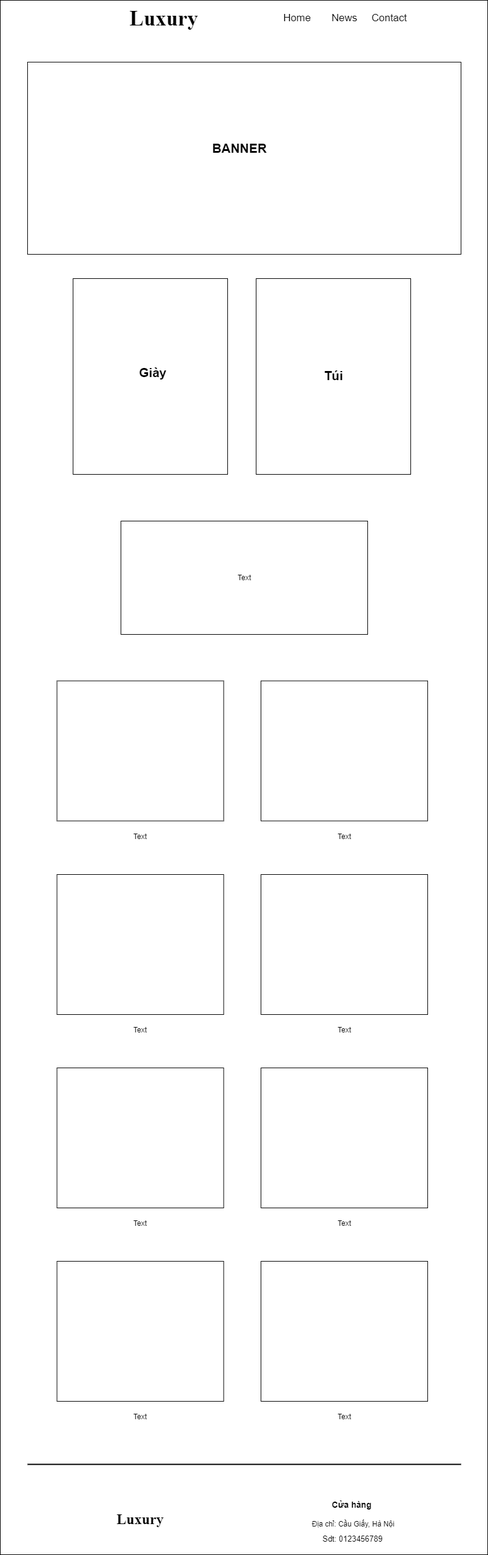
Earlier version of the draw.io export ASM/images/shop.pc.png (yenphph/web106_yenphph). Source tidied: cells renumbered, new cells last; positions are measured from the earlier drawing's top-left corner, leaving out a move shared by most shapes. The source it was exported from:
```xml
<mxGraphModel background="#ffffff">
  <root>
    <mxCell id="0" />
    <mxCell id="1" parent="0" />
    <mxCell id="2" style="rounded=0;whiteSpace=wrap;html=1;" parent="1" vertex="1">
      <mxGeometry width="804" height="2564" as="geometry" />
    </mxCell>
    <mxCell id="3" style="rounded=0;whiteSpace=wrap;html=1;" parent="1" vertex="1">
      <mxGeometry x="422" y="459" width="255" height="323" as="geometry" />
    </mxCell>
    <mxCell id="4" style="rounded=0;whiteSpace=wrap;html=1;" parent="1" vertex="1">
      <mxGeometry x="120" y="459" width="255" height="323" as="geometry" />
    </mxCell>
    <mxCell id="5" style="rounded=0;whiteSpace=wrap;html=1;" parent="1" vertex="1">
      <mxGeometry x="199" y="859" width="407" height="187" as="geometry" />
    </mxCell>
    <mxCell id="6" style="rounded=0;whiteSpace=wrap;html=1;" parent="1" vertex="1">
      <mxGeometry x="45" y="102" width="715" height="317" as="geometry" />
    </mxCell>
    <mxCell id="7" value="Luxury" style="text;html=1;strokeColor=none;fillColor=none;align=center;verticalAlign=middle;whiteSpace=wrap;rounded=0;fontSize=35;fontStyle=1;fontFamily=Times New Roman;" parent="1" vertex="1">
      <mxGeometry x="190" y="3.4" width="160" height="53.1" as="geometry" />
    </mxCell>
    <mxCell id="8" value="&lt;b&gt;&lt;font style=&quot;font-size: 21px;&quot;&gt;BANNER&lt;/font&gt;&lt;/b&gt;" style="text;html=1;strokeColor=none;fillColor=none;align=center;verticalAlign=middle;whiteSpace=wrap;rounded=0;" parent="1" vertex="1">
      <mxGeometry x="333" y="229" width="124" height="30" as="geometry" />
    </mxCell>
    <mxCell id="9" value="&lt;span style=&quot;font-size: 21px;&quot;&gt;&lt;b&gt;Túi&lt;/b&gt;&lt;/span&gt;" style="text;html=1;strokeColor=none;fillColor=none;align=center;verticalAlign=middle;whiteSpace=wrap;rounded=0;" parent="1" vertex="1">
      <mxGeometry x="488" y="604" width="124" height="30" as="geometry" />
    </mxCell>
    <mxCell id="10" value="&lt;span style=&quot;font-size: 21px;&quot;&gt;&lt;b&gt;Giày&lt;/b&gt;&lt;/span&gt;" style="text;html=1;strokeColor=none;fillColor=none;align=center;verticalAlign=middle;whiteSpace=wrap;rounded=0;" parent="1" vertex="1">
      <mxGeometry x="190" y="599" width="124" height="30" as="geometry" />
    </mxCell>
    <mxCell id="11" value="&lt;span style=&quot;font-size: 17px;&quot;&gt;&lt;span&gt;Home&lt;/span&gt;&lt;/span&gt;" style="text;html=1;strokeColor=none;fillColor=none;align=center;verticalAlign=middle;whiteSpace=wrap;rounded=0;fontStyle=0;" parent="1" vertex="1">
      <mxGeometry x="447.5" y="14.9" width="84" height="30" as="geometry" />
    </mxCell>
    <mxCell id="12" value="&lt;span&gt;&lt;font style=&quot;font-size: 17px;&quot;&gt;News&lt;/font&gt;&lt;/span&gt;" style="text;html=1;strokeColor=none;fillColor=none;align=center;verticalAlign=middle;whiteSpace=wrap;rounded=0;fontStyle=0;" parent="1" vertex="1">
      <mxGeometry x="537.5" y="14.9" width="60" height="30" as="geometry" />
    </mxCell>
    <mxCell id="13" value="&lt;span style=&quot;font-size: 17px;&quot;&gt;&lt;span&gt;Contact&lt;/span&gt;&lt;/span&gt;" style="text;html=1;strokeColor=none;fillColor=none;align=center;verticalAlign=middle;whiteSpace=wrap;rounded=0;fontStyle=0;" parent="1" vertex="1">
      <mxGeometry x="612" y="14.9" width="60" height="30" as="geometry" />
    </mxCell>
    <mxCell id="14" value="Text" style="text;html=1;strokeColor=none;fillColor=none;align=center;verticalAlign=middle;whiteSpace=wrap;rounded=0;" parent="1" vertex="1">
      <mxGeometry x="372.5" y="937.5" width="60" height="30" as="geometry" />
    </mxCell>
    <mxCell id="15" style="rounded=0;whiteSpace=wrap;html=1;" parent="1" vertex="1">
      <mxGeometry x="93.5" y="1122.6" width="275" height="231" as="geometry" />
    </mxCell>
    <mxCell id="16" value="Text" style="text;html=1;strokeColor=none;fillColor=none;align=center;verticalAlign=middle;whiteSpace=wrap;rounded=0;" parent="1" vertex="1">
      <mxGeometry x="201" y="1365" width="60" height="30" as="geometry" />
    </mxCell>
    <mxCell id="17" value="Text" style="text;html=1;strokeColor=none;fillColor=none;align=center;verticalAlign=middle;whiteSpace=wrap;rounded=0;" parent="1" vertex="1">
      <mxGeometry x="537.5" y="1365" width="60" height="30" as="geometry" />
    </mxCell>
    <mxCell id="18" style="rounded=0;whiteSpace=wrap;html=1;" parent="1" vertex="1">
      <mxGeometry x="430" y="1122.6" width="275" height="231" as="geometry" />
    </mxCell>
    <mxCell id="19" style="rounded=0;whiteSpace=wrap;html=1;" parent="1" vertex="1">
      <mxGeometry x="93.5" y="1442" width="275" height="231" as="geometry" />
    </mxCell>
    <mxCell id="20" value="Text" style="text;html=1;strokeColor=none;fillColor=none;align=center;verticalAlign=middle;whiteSpace=wrap;rounded=0;" parent="1" vertex="1">
      <mxGeometry x="201" y="1684.4" width="60" height="30" as="geometry" />
    </mxCell>
    <mxCell id="21" value="Text" style="text;html=1;strokeColor=none;fillColor=none;align=center;verticalAlign=middle;whiteSpace=wrap;rounded=0;" parent="1" vertex="1">
      <mxGeometry x="537.5" y="1684.4" width="60" height="30" as="geometry" />
    </mxCell>
    <mxCell id="22" style="rounded=0;whiteSpace=wrap;html=1;" parent="1" vertex="1">
      <mxGeometry x="430" y="1442" width="275" height="231" as="geometry" />
    </mxCell>
    <mxCell id="23" style="rounded=0;whiteSpace=wrap;html=1;" parent="1" vertex="1">
      <mxGeometry x="93.5" y="1761" width="275" height="231" as="geometry" />
    </mxCell>
    <mxCell id="24" value="Text" style="text;html=1;strokeColor=none;fillColor=none;align=center;verticalAlign=middle;whiteSpace=wrap;rounded=0;" parent="1" vertex="1">
      <mxGeometry x="201" y="2003.4" width="60" height="30" as="geometry" />
    </mxCell>
    <mxCell id="25" value="Text" style="text;html=1;strokeColor=none;fillColor=none;align=center;verticalAlign=middle;whiteSpace=wrap;rounded=0;" parent="1" vertex="1">
      <mxGeometry x="537.5" y="2003.4" width="60" height="30" as="geometry" />
    </mxCell>
    <mxCell id="26" style="rounded=0;whiteSpace=wrap;html=1;" parent="1" vertex="1">
      <mxGeometry x="430" y="1761" width="275" height="231" as="geometry" />
    </mxCell>
    <mxCell id="27" style="rounded=0;whiteSpace=wrap;html=1;" parent="1" vertex="1">
      <mxGeometry x="93.5" y="2080" width="275" height="231" as="geometry" />
    </mxCell>
    <mxCell id="28" value="Text" style="text;html=1;strokeColor=none;fillColor=none;align=center;verticalAlign=middle;whiteSpace=wrap;rounded=0;" parent="1" vertex="1">
      <mxGeometry x="201" y="2322.4" width="60" height="30" as="geometry" />
    </mxCell>
    <mxCell id="29" value="Text" style="text;html=1;strokeColor=none;fillColor=none;align=center;verticalAlign=middle;whiteSpace=wrap;rounded=0;" parent="1" vertex="1">
      <mxGeometry x="537.5" y="2322.4" width="60" height="30" as="geometry" />
    </mxCell>
    <mxCell id="30" style="rounded=0;whiteSpace=wrap;html=1;" parent="1" vertex="1">
      <mxGeometry x="430" y="2080" width="275" height="231" as="geometry" />
    </mxCell>
    <mxCell id="31" style="line;strokeWidth=2;html=1;" parent="1" vertex="1">
      <mxGeometry x="45" y="2410" width="715" height="10" as="geometry" />
    </mxCell>
    <mxCell id="32" value="&lt;font style=&quot;font-size: 24px;&quot;&gt;Luxury&lt;/font&gt;" style="text;html=1;strokeColor=none;fillColor=none;align=center;verticalAlign=middle;whiteSpace=wrap;rounded=0;fontSize=35;fontStyle=1;fontFamily=Times New Roman;" parent="1" vertex="1">
      <mxGeometry x="176" y="2487" width="110" height="30" as="geometry" />
    </mxCell>
    <mxCell id="33" value="Cửa hàng&amp;nbsp;" style="text;html=1;strokeColor=none;fillColor=none;align=center;verticalAlign=middle;whiteSpace=wrap;rounded=0;fontSize=14;fontStyle=1;" parent="1" vertex="1">
      <mxGeometry x="488" y="2467" width="188" height="30" as="geometry" />
    </mxCell>
    <mxCell id="34" value="Địa chỉ: Cầu Giấy, Hà Nội" style="text;html=1;align=center;verticalAlign=middle;strokeColor=none;fillColor=none;fontSize=12;" parent="1" vertex="1">
      <mxGeometry x="499.5" y="2497" width="165" height="33" as="geometry" />
    </mxCell>
    <mxCell id="35" value="Sdt: 0123456789" style="text;html=1;strokeColor=none;fillColor=none;align=center;verticalAlign=middle;whiteSpace=wrap;rounded=0;fontSize=13;" parent="1" vertex="1">
      <mxGeometry x="518" y="2530" width="127" height="15" as="geometry" />
    </mxCell>
  </root>
</mxGraphModel>
```
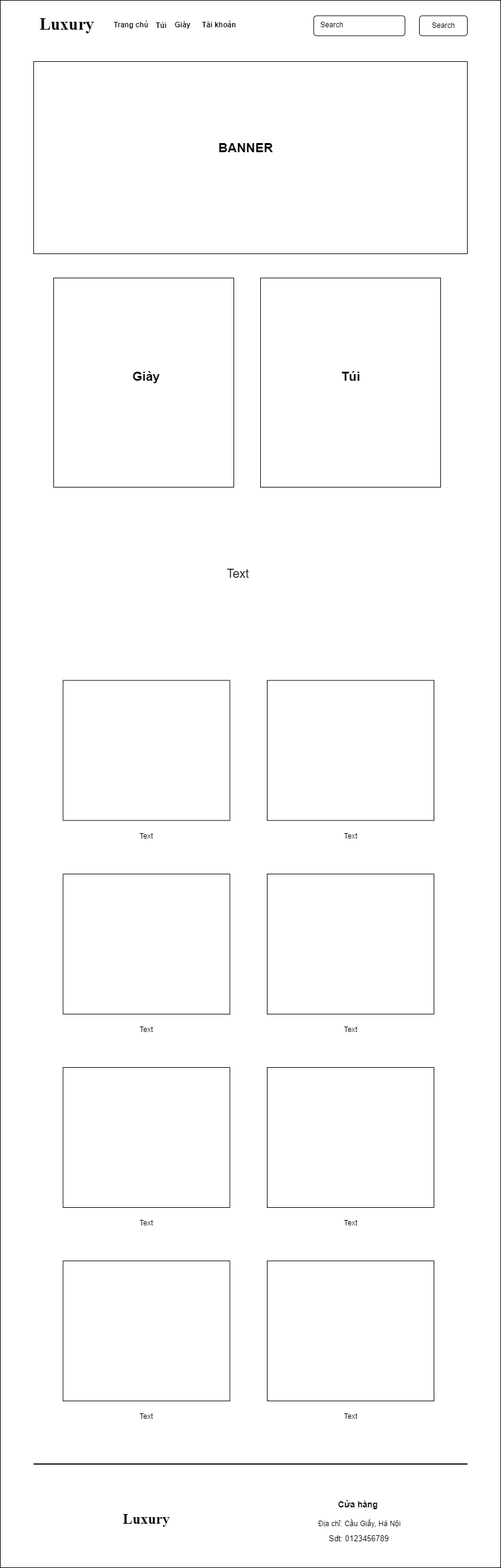
Later version of the same file.

Diff of the diagram source:
```diff
@@ -2,44 +2,35 @@
   <root>
     <mxCell id="0" />
     <mxCell id="1" parent="0" />
-    <mxCell id="2" style="rounded=0;whiteSpace=wrap;html=1;" parent="1" vertex="1">
-      <mxGeometry width="804" height="2564" as="geometry" />
-    </mxCell>
-    <mxCell id="3" style="rounded=0;whiteSpace=wrap;html=1;" parent="1" vertex="1">
-      <mxGeometry x="422" y="459" width="255" height="323" as="geometry" />
-    </mxCell>
+    <mxCell id="36" style="rounded=0;whiteSpace=wrap;html=1;" parent="1" vertex="1">
+      <mxGeometry x="-10" y="1" width="825" height="2585" as="geometry" />
+    </mxCell>
+    <mxCell id="37" style="rounded=0;whiteSpace=wrap;html=1;" parent="1" vertex="1">
+      <mxGeometry x="419" y="459" width="297" height="345" as="geometry" />
+    </mxCell>
     <mxCell id="4" style="rounded=0;whiteSpace=wrap;html=1;" parent="1" vertex="1">
-      <mxGeometry x="120" y="459" width="255" height="323" as="geometry" />
+      <mxGeometry x="78" y="459" width="297" height="345" as="geometry" />
     </mxCell>
-    <mxCell id="5" style="rounded=0;whiteSpace=wrap;html=1;" parent="1" vertex="1">
-      <mxGeometry x="199" y="859" width="407" height="187" as="geometry" />
-    </mxCell>
     <mxCell id="6" style="rounded=0;whiteSpace=wrap;html=1;" parent="1" vertex="1">
       <mxGeometry x="45" y="102" width="715" height="317" as="geometry" />
     </mxCell>
-    <mxCell id="7" value="Luxury" style="text;html=1;strokeColor=none;fillColor=none;align=center;verticalAlign=middle;whiteSpace=wrap;rounded=0;fontSize=35;fontStyle=1;fontFamily=Times New Roman;" parent="1" vertex="1">
-      <mxGeometry x="190" y="3.4" width="160" height="53.1" as="geometry" />
+    <mxCell id="7" value="Luxury" style="text;html=1;strokeColor=none;fillColor=none;align=center;verticalAlign=middle;whiteSpace=wrap;rounded=0;fontSize=28;fontStyle=1;fontFamily=Times New Roman;" parent="1" vertex="1">
+      <mxGeometry x="45" y="13.4" width="110" height="53.6" as="geometry" />
     </mxCell>
     <mxCell id="8" value="&lt;b&gt;&lt;font style=&quot;font-size: 21px;&quot;&gt;BANNER&lt;/font&gt;&lt;/b&gt;" style="text;html=1;strokeColor=none;fillColor=none;align=center;verticalAlign=middle;whiteSpace=wrap;rounded=0;" parent="1" vertex="1">
       <mxGeometry x="333" y="229" width="124" height="30" as="geometry" />
     </mxCell>
     <mxCell id="9" value="&lt;span style=&quot;font-size: 21px;&quot;&gt;&lt;b&gt;Túi&lt;/b&gt;&lt;/span&gt;" style="text;html=1;strokeColor=none;fillColor=none;align=center;verticalAlign=middle;whiteSpace=wrap;rounded=0;" parent="1" vertex="1">
-      <mxGeometry x="488" y="604" width="124" height="30" as="geometry" />
+      <mxGeometry x="505.5" y="606" width="124" height="30" as="geometry" />
     </mxCell>
     <mxCell id="10" value="&lt;span style=&quot;font-size: 21px;&quot;&gt;&lt;b&gt;Giày&lt;/b&gt;&lt;/span&gt;" style="text;html=1;strokeColor=none;fillColor=none;align=center;verticalAlign=middle;whiteSpace=wrap;rounded=0;" parent="1" vertex="1">
-      <mxGeometry x="190" y="599" width="124" height="30" as="geometry" />
+      <mxGeometry x="169" y="606" width="124" height="30" as="geometry" />
     </mxCell>
-    <mxCell id="11" value="&lt;span style=&quot;font-size: 17px;&quot;&gt;&lt;span&gt;Home&lt;/span&gt;&lt;/span&gt;" style="text;html=1;strokeColor=none;fillColor=none;align=center;verticalAlign=middle;whiteSpace=wrap;rounded=0;fontStyle=0;" parent="1" vertex="1">
-      <mxGeometry x="447.5" y="14.9" width="84" height="30" as="geometry" />
+    <mxCell id="11" value="&lt;span style=&quot;font-size: 12px;&quot;&gt;Trang chủ&lt;/span&gt;" style="text;html=1;strokeColor=none;fillColor=none;align=center;verticalAlign=middle;whiteSpace=wrap;rounded=0;fontStyle=1;fontSize=12;" parent="1" vertex="1">
+      <mxGeometry x="169" y="26.5" width="74" height="30" as="geometry" />
     </mxCell>
-    <mxCell id="12" value="&lt;span&gt;&lt;font style=&quot;font-size: 17px;&quot;&gt;News&lt;/font&gt;&lt;/span&gt;" style="text;html=1;strokeColor=none;fillColor=none;align=center;verticalAlign=middle;whiteSpace=wrap;rounded=0;fontStyle=0;" parent="1" vertex="1">
-      <mxGeometry x="537.5" y="14.9" width="60" height="30" as="geometry" />
-    </mxCell>
-    <mxCell id="13" value="&lt;span style=&quot;font-size: 17px;&quot;&gt;&lt;span&gt;Contact&lt;/span&gt;&lt;/span&gt;" style="text;html=1;strokeColor=none;fillColor=none;align=center;verticalAlign=middle;whiteSpace=wrap;rounded=0;fontStyle=0;" parent="1" vertex="1">
-      <mxGeometry x="612" y="14.9" width="60" height="30" as="geometry" />
-    </mxCell>
-    <mxCell id="14" value="Text" style="text;html=1;strokeColor=none;fillColor=none;align=center;verticalAlign=middle;whiteSpace=wrap;rounded=0;" parent="1" vertex="1">
-      <mxGeometry x="372.5" y="937.5" width="60" height="30" as="geometry" />
+    <mxCell id="14" value="Text" style="text;html=1;strokeColor=none;fillColor=none;align=center;verticalAlign=middle;whiteSpace=wrap;rounded=0;fontSize=20;" parent="1" vertex="1">
+      <mxGeometry x="298" y="914" width="167.5" height="64.5" as="geometry" />
     </mxCell>
     <mxCell id="15" style="rounded=0;whiteSpace=wrap;html=1;" parent="1" vertex="1">
       <mxGeometry x="93.5" y="1122.6" width="275" height="231" as="geometry" />
@@ -104,5 +95,26 @@
     <mxCell id="35" value="Sdt: 0123456789" style="text;html=1;strokeColor=none;fillColor=none;align=center;verticalAlign=middle;whiteSpace=wrap;rounded=0;fontSize=13;" parent="1" vertex="1">
       <mxGeometry x="518" y="2530" width="127" height="15" as="geometry" />
     </mxCell>
+    <mxCell id="38" style="rounded=1;whiteSpace=wrap;html=1;" parent="1" vertex="1">
+      <mxGeometry x="506.8" y="26.5" width="150.5" height="33" as="geometry" />
+    </mxCell>
+    <mxCell id="39" style="rounded=1;whiteSpace=wrap;html=1;" parent="1" vertex="1">
+      <mxGeometry x="681" y="26.5" width="79" height="33" as="geometry" />
+    </mxCell>
+    <mxCell id="40" value="Search" style="text;html=1;strokeColor=none;fillColor=none;align=center;verticalAlign=middle;whiteSpace=wrap;rounded=0;" parent="1" vertex="1">
+      <mxGeometry x="507" y="27" width="60" height="30" as="geometry" />
+    </mxCell>
+    <mxCell id="41" value="Search" style="text;html=1;strokeColor=none;fillColor=none;align=center;verticalAlign=middle;whiteSpace=wrap;rounded=0;" parent="1" vertex="1">
+      <mxGeometry x="690.5" y="28" width="60" height="30" as="geometry" />
+    </mxCell>
+    <mxCell id="42" value="&lt;span style=&quot;font-size: 12px;&quot;&gt;&amp;nbsp;Túi&lt;/span&gt;" style="text;html=1;strokeColor=none;fillColor=none;align=center;verticalAlign=middle;whiteSpace=wrap;rounded=0;fontStyle=1;fontSize=12;" parent="1" vertex="1">
+      <mxGeometry x="232" y="28" width="44" height="30" as="geometry" />
+    </mxCell>
+    <mxCell id="43" value="Giày" style="text;html=1;strokeColor=none;fillColor=none;align=center;verticalAlign=middle;whiteSpace=wrap;rounded=0;fontStyle=1;fontSize=12;" parent="1" vertex="1">
+      <mxGeometry x="261" y="27" width="60" height="30" as="geometry" />
+    </mxCell>
+    <mxCell id="44" value="Tài khoản" style="text;html=1;strokeColor=none;fillColor=none;align=center;verticalAlign=middle;whiteSpace=wrap;rounded=0;fontStyle=1;fontSize=12;" parent="1" vertex="1">
+      <mxGeometry x="321" y="26.5" width="60" height="30" as="geometry" />
+    </mxCell>
   </root>
 </mxGraphModel>
```
